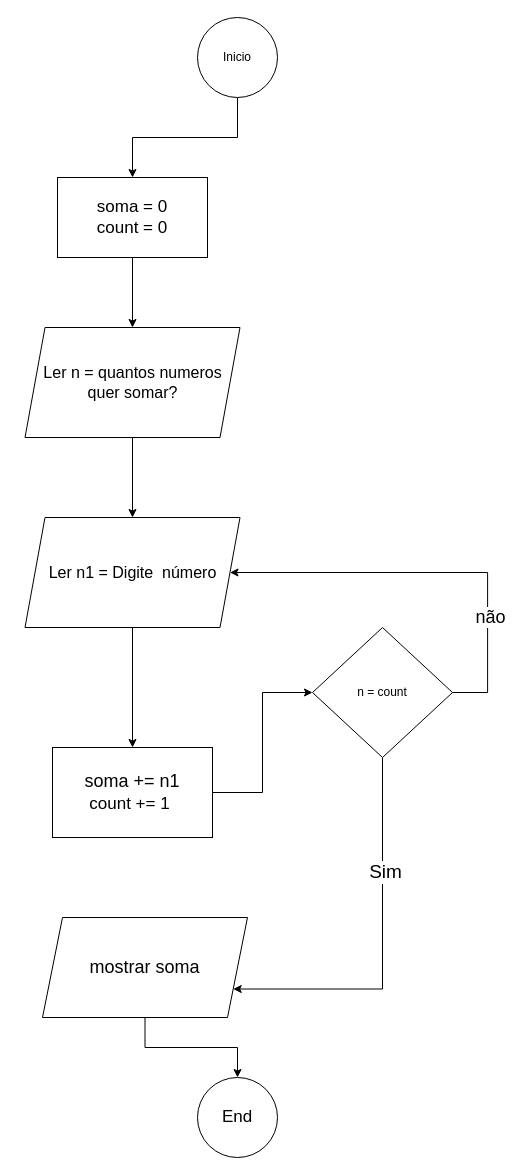
Earlier version of the draw.io diagram Ex.Fluxogramas/Fluxograma06.drawio (arnaldodev2/TLP). Source tidied: cells renumbered, new cells numbered last; positions are measured from the earlier drawing's top-left corner, leaving out a move shared by most shapes. Both pictures are drawn from the tidied source at 100%, with x=0, y=0 at pixel (24, 17).
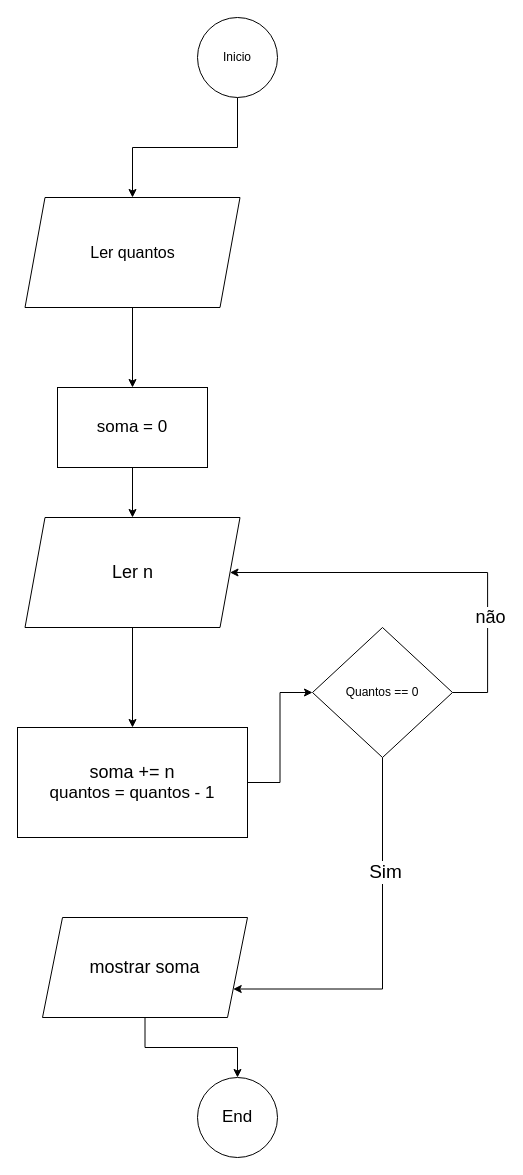
The same diagram, later.

Unchanged cells that the change refers to:
```xml
<mxCell id="4" value="Inicio" style="ellipse;whiteSpace=wrap;html=1;shapeInside=1;" parent="1" vertex="1">
  <mxGeometry x="173" width="80" height="80" as="geometry" />
</mxCell>
```

Change to the diagram source:
```diff
@@
-    <mxCell id="2" style="edgeStyle=orthogonalEdgeStyle;rounded=0;jettySize=auto;html=1;entryX=0.5;entryY=0;entryDx=0;entryDy=0;exitX=0.5;exitY=1;exitDx=0;exitDy=0;" parent="1" edge="1" source="8" target="13">
-      <mxGeometry relative="1" as="geometry" />
-    </mxCell>
-    <mxCell id="3" style="edgeStyle=orthogonalEdgeStyle;rounded=0;jettySize=auto;html=1;" parent="1" edge="1" source="4" target="8">
-      <mxGeometry relative="1" as="geometry" />
-    </mxCell>
+    <mxCell id="20" style="edgeStyle=orthogonalEdgeStyle;rounded=0;jettySize=auto;html=1;entryX=0.5;entryY=0;entryDx=0;entryDy=0;" parent="1" edge="1" source="4" target="13">
+      <mxGeometry relative="1" as="geometry" />
+    </mxCell>
@@
-    <mxCell id="5" style="edgeStyle=orthogonalEdgeStyle;rounded=0;jettySize=auto;html=1;entryX=0.5;entryY=0;entryDx=0;entryDy=0;" parent="1" edge="1" source="13" target="7">
+    <mxCell id="5" style="edgeStyle=orthogonalEdgeStyle;rounded=0;jettySize=auto;html=1;entryX=0.5;entryY=0;entryDx=0;entryDy=0;" parent="1" edge="1" source="8" target="7">
       <mxGeometry relative="1" as="geometry" />
     </mxCell>
@@
-    <mxCell id="7" value="&lt;div&gt;&lt;font style=&quot;font-size: 16px;&quot;&gt;Ler n1 = Digite&amp;nbsp; número&lt;/font&gt;&lt;/div&gt;" style="shape=parallelogram;perimeter=parallelogramPerimeter;whiteSpace=wrap;html=1;shapeInside=1;fixedSize=1;rounded=0;" parent="1" vertex="1">
+    <mxCell id="7" value="&lt;font style=&quot;font-size: 18px;&quot;&gt;Ler n&lt;/font&gt;" style="shape=parallelogram;perimeter=parallelogramPerimeter;whiteSpace=wrap;html=1;shapeInside=1;fixedSize=1;rounded=0;" parent="1" vertex="1">
       <mxGeometry x="0.5" y="500" width="215" height="110" as="geometry" />
     </mxCell>
-    <mxCell id="8" value="&lt;font style=&quot;font-size: 17px;&quot;&gt;soma = 0&lt;/font&gt;&lt;div&gt;&lt;font style=&quot;font-size: 17px;&quot;&gt;count = 0&lt;/font&gt;&lt;/div&gt;" style="rounded=0;whiteSpace=wrap;html=1;" parent="1" vertex="1">
-      <mxGeometry x="33" y="160" width="150" height="80" as="geometry" />
-    </mxCell>
@@
-    <mxCell id="10" value="&lt;font style=&quot;font-size: 18px;&quot;&gt;soma += n1&lt;/font&gt;&lt;div&gt;&lt;font style=&quot;font-size: 18px;&quot;&gt;&lt;span style=&quot;font-size: 17px; background-color: transparent; color: light-dark(rgb(0, 0, 0), rgb(255, 255, 255));&quot;&gt;count += 1&lt;/span&gt;&amp;nbsp;&lt;/font&gt;&lt;/div&gt;" style="rounded=0;whiteSpace=wrap;html=1;" parent="1" vertex="1">
-      <mxGeometry x="28" y="730" width="160" height="90" as="geometry" />
+    <mxCell id="10" value="&lt;font style=&quot;font-size: 18px;&quot;&gt;soma += n&lt;/font&gt;&lt;div&gt;&lt;span style=&quot;font-size: 17px; background-color: transparent; color: light-dark(rgb(0, 0, 0), rgb(255, 255, 255));&quot;&gt;quantos = quantos - 1&lt;/span&gt;&lt;/div&gt;" style="rounded=0;whiteSpace=wrap;html=1;" parent="1" vertex="1">
+      <mxGeometry x="-7" y="710" width="230" height="110" as="geometry" />
     </mxCell>
@@
-    <mxCell id="13" value="&lt;span style=&quot;font-size: 16px;&quot;&gt;Ler n = quantos numeros quer somar?&lt;/span&gt;" style="shape=parallelogram;perimeter=parallelogramPerimeter;whiteSpace=wrap;html=1;shapeInside=1;fixedSize=1;" parent="1" vertex="1">
-      <mxGeometry x="0.5" y="310" width="215" height="110" as="geometry" />
+    <mxCell id="13" value="&lt;span style=&quot;font-size: 16px;&quot;&gt;Ler quantos&lt;/span&gt;" style="shape=parallelogram;perimeter=parallelogramPerimeter;whiteSpace=wrap;html=1;shapeInside=1;fixedSize=1;" parent="1" vertex="1">
+      <mxGeometry x="0.5" y="180" width="215" height="110" as="geometry" />
     </mxCell>
@@
-    <mxCell id="19" value="n = count" style="rhombus;whiteSpace=wrap;html=1;shapeInside=1;" parent="1" vertex="1">
+    <mxCell id="19" value="Quantos == 0" style="rhombus;whiteSpace=wrap;html=1;shapeInside=1;" parent="1" vertex="1">
       <mxGeometry x="288" y="610" width="140" height="130" as="geometry" />
     </mxCell>
+    <mxCell id="21" style="edgeStyle=orthogonalEdgeStyle;rounded=0;jettySize=auto;html=1;entryX=0.5;entryY=0;entryDx=0;entryDy=0;" parent="1" edge="1" source="13" target="8">
+      <mxGeometry relative="1" as="geometry" />
+    </mxCell>
+    <mxCell id="8" value="&lt;font style=&quot;font-size: 17px;&quot;&gt;soma = 0&lt;/font&gt;" style="rounded=0;whiteSpace=wrap;html=1;" parent="1" vertex="1">
+      <mxGeometry x="33" y="370" width="150" height="80" as="geometry" />
+    </mxCell>
```
